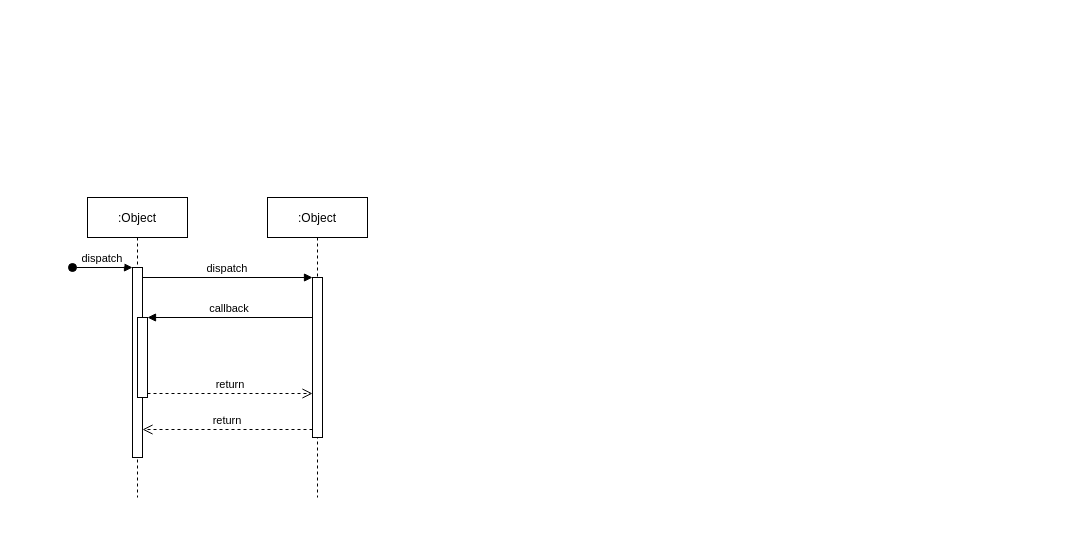
Earlier version of the draw.io diagram Untitled Diagram.drawio (maitreyeefadnavis/maitreyeefadnavis.github.io). Source tidied: cells renumbered, new cells numbered last; positions are measured from the earlier drawing's top-left corner, leaving out a move shared by most shapes. Both pictures are drawn from the tidied source at 100%, with x=0, y=0 at pixel (72, 197).
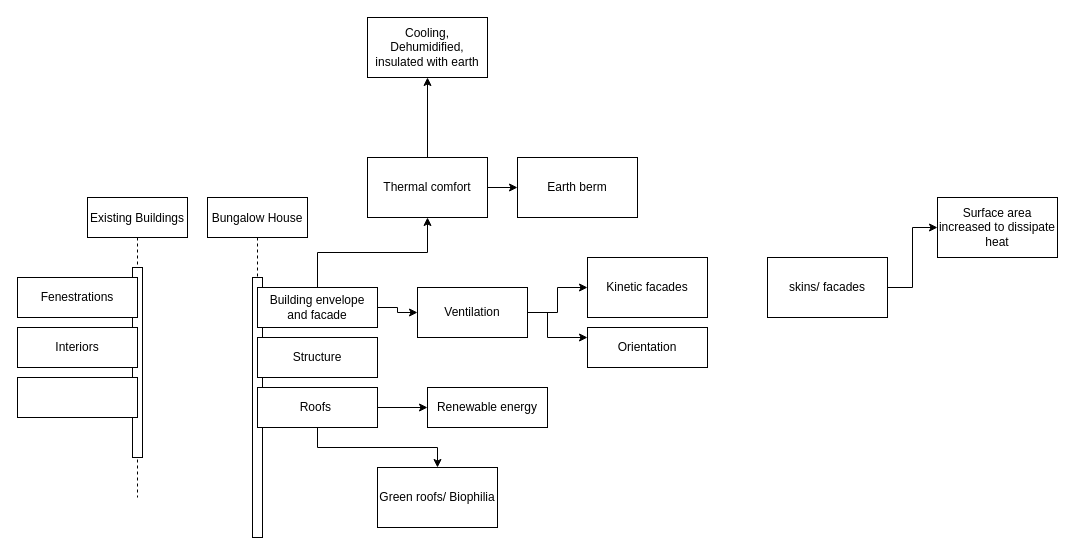
The same page after the edit.

The change refers to these unchanged cells:
```xml
<mxCell id="3" style="points=[];perimeter=orthogonalPerimeter;rounded=0;shadow=0;strokeWidth=1;" parent="2" vertex="1">
  <mxGeometry x="45" y="70" width="10" height="190" as="geometry" />
</mxCell>
```

Change to the diagram source:
```diff
@@
-    <mxCell id="2" value=":Object" style="shape=umlLifeline;perimeter=lifelinePerimeter;rounded=0;shadow=0;strokeWidth=1;" parent="1" vertex="1">
+    <mxCell id="2" value="Existing Buildings" style="shape=umlLifeline;perimeter=lifelinePerimeter;rounded=0;shadow=0;strokeWidth=1;" parent="1" vertex="1">
       <mxGeometry x="15" width="100" height="300" as="geometry" />
     </mxCell>
@@
-    <mxCell id="4" value="dispatch" style="verticalAlign=bottom;startArrow=oval;endArrow=block;startSize=8;shadow=0;strokeWidth=1;" parent="2" edge="1" target="3">
-      <mxGeometry relative="1" as="geometry">
-        <mxPoint x="-15" y="70" as="sourcePoint" />
-      </mxGeometry>
-    </mxCell>
-    <mxCell id="5" style="points=[];perimeter=orthogonalPerimeter;rounded=0;shadow=0;strokeWidth=1;" parent="2" vertex="1">
-      <mxGeometry x="50" y="120" width="10" height="80" as="geometry" />
-    </mxCell>
-    <mxCell id="6" value=":Object" style="shape=umlLifeline;perimeter=lifelinePerimeter;rounded=0;shadow=0;strokeWidth=1;" parent="1" vertex="1">
-      <mxGeometry x="195" width="100" height="300" as="geometry" />
+    <mxCell id="6" value="Bungalow House" style="shape=umlLifeline;perimeter=lifelinePerimeter;rounded=0;shadow=0;strokeWidth=1;" parent="1" vertex="1">
+      <mxGeometry x="135" width="100" height="340" as="geometry" />
     </mxCell>
     <mxCell id="7" style="points=[];perimeter=orthogonalPerimeter;rounded=0;shadow=0;strokeWidth=1;" parent="6" vertex="1">
-      <mxGeometry x="45" y="80" width="10" height="160" as="geometry" />
+      <mxGeometry x="45" y="80" width="10" height="260" as="geometry" />
     </mxCell>
-    <mxCell id="8" value="return" style="verticalAlign=bottom;endArrow=open;dashed=1;endSize=8;exitX=0;exitY=0.95;shadow=0;strokeWidth=1;" parent="1" edge="1" source="7" target="3">
-      <mxGeometry relative="1" as="geometry" />
-    </mxCell>
-    <mxCell id="9" value="dispatch" style="verticalAlign=bottom;endArrow=block;entryX=0;entryY=0;shadow=0;strokeWidth=1;" parent="1" edge="1" source="3" target="7">
-      <mxGeometry relative="1" as="geometry" />
-    </mxCell>
-    <mxCell id="10" value="callback" style="verticalAlign=bottom;endArrow=block;entryX=1;entryY=0;shadow=0;strokeWidth=1;" parent="1" edge="1" source="7" target="5">
-      <mxGeometry relative="1" as="geometry" />
-    </mxCell>
-    <mxCell id="11" value="return" style="verticalAlign=bottom;endArrow=open;dashed=1;endSize=8;exitX=1;exitY=0.95;shadow=0;strokeWidth=1;" parent="1" edge="1" source="5" target="7">
-      <mxGeometry relative="1" as="geometry" />
-    </mxCell>
+    <mxCell id="12" value="Fenestrations" style="rounded=0;whiteSpace=wrap;html=1;" parent="1" vertex="1">
+      <mxGeometry x="-55" y="80" width="120" height="40" as="geometry" />
+    </mxCell>
+    <mxCell id="13" value="Interiors" style="rounded=0;whiteSpace=wrap;html=1;" parent="1" vertex="1">
+      <mxGeometry x="-55" y="130" width="120" height="40" as="geometry" />
+    </mxCell>
+    <mxCell id="14" style="rounded=0;whiteSpace=wrap;html=1;" parent="1" vertex="1">
+      <mxGeometry x="-55" y="180" width="120" height="40" as="geometry" />
+    </mxCell>
+    <mxCell id="15" style="edgeStyle=orthogonalEdgeStyle;rounded=0;jettySize=auto;html=1;" parent="1" edge="1" source="17" target="23">
+      <mxGeometry relative="1" as="geometry" />
+    </mxCell>
+    <mxCell id="16" style="edgeStyle=orthogonalEdgeStyle;rounded=0;jettySize=auto;html=1;" parent="1" edge="1" source="17" target="26">
+      <mxGeometry relative="1" as="geometry" />
+    </mxCell>
+    <mxCell id="17" value="Building envelope and facade" style="rounded=0;whiteSpace=wrap;html=1;" parent="1" vertex="1">
+      <mxGeometry x="185" y="90" width="120" height="40" as="geometry" />
+    </mxCell>
+    <mxCell id="18" value="Structure" style="rounded=0;whiteSpace=wrap;html=1;" parent="1" vertex="1">
+      <mxGeometry x="185" y="140" width="120" height="40" as="geometry" />
+    </mxCell>
+    <mxCell id="19" style="edgeStyle=orthogonalEdgeStyle;rounded=0;jettySize=auto;html=1;" parent="1" edge="1" source="21" target="27">
+      <mxGeometry relative="1" as="geometry" />
+    </mxCell>
+    <mxCell id="20" style="edgeStyle=orthogonalEdgeStyle;rounded=0;jettySize=auto;html=1;" parent="1" edge="1" source="21" target="28">
+      <mxGeometry relative="1" as="geometry" />
+    </mxCell>
+    <mxCell id="21" value="Roofs&amp;nbsp;" style="rounded=0;whiteSpace=wrap;html=1;" parent="1" vertex="1">
+      <mxGeometry x="185" y="190" width="120" height="40" as="geometry" />
+    </mxCell>
+    <mxCell id="22" style="edgeStyle=orthogonalEdgeStyle;rounded=0;jettySize=auto;html=1;" parent="1" edge="1" source="23" target="30">
+      <mxGeometry relative="1" as="geometry" />
+    </mxCell>
+    <mxCell id="23" value="Ventilation" style="whiteSpace=wrap;html=1;rounded=0;" parent="1" vertex="1">
+      <mxGeometry x="345" y="90" width="110" height="50" as="geometry" />
+    </mxCell>
+    <mxCell id="24" style="edgeStyle=orthogonalEdgeStyle;rounded=0;jettySize=auto;html=1;" parent="1" edge="1" source="26" target="29">
+      <mxGeometry relative="1" as="geometry" />
+    </mxCell>
+    <mxCell id="25" style="edgeStyle=orthogonalEdgeStyle;rounded=0;jettySize=auto;html=1;" parent="1" edge="1" source="26" target="36">
+      <mxGeometry relative="1" as="geometry" />
+    </mxCell>
+    <mxCell id="26" value="Thermal comfort" style="whiteSpace=wrap;html=1;rounded=0;" parent="1" vertex="1">
+      <mxGeometry x="295" y="-40" width="120" height="60" as="geometry" />
+    </mxCell>
+    <mxCell id="27" value="Renewable energy" style="rounded=0;whiteSpace=wrap;html=1;" parent="1" vertex="1">
+      <mxGeometry x="355" y="190" width="120" height="40" as="geometry" />
+    </mxCell>
+    <mxCell id="28" value="Green roofs/ Biophilia" style="whiteSpace=wrap;html=1;rounded=0;" parent="1" vertex="1">
+      <mxGeometry x="305" y="270" width="120" height="60" as="geometry" />
+    </mxCell>
+    <mxCell id="29" value="Earth berm" style="whiteSpace=wrap;html=1;rounded=0;" parent="1" vertex="1">
+      <mxGeometry x="445" y="-40" width="120" height="60" as="geometry" />
+    </mxCell>
+    <mxCell id="30" value="Kinetic facades" style="whiteSpace=wrap;html=1;rounded=0;" parent="1" vertex="1">
+      <mxGeometry x="515" y="60" width="120" height="60" as="geometry" />
+    </mxCell>
+    <mxCell id="31" value="Orientation" style="rounded=0;whiteSpace=wrap;html=1;" parent="1" vertex="1">
+      <mxGeometry x="515" y="130" width="120" height="40" as="geometry" />
+    </mxCell>
+    <mxCell id="32" style="edgeStyle=orthogonalEdgeStyle;rounded=0;jettySize=auto;html=1;entryX=0;entryY=0.25;entryDx=0;entryDy=0;" parent="1" edge="1" source="23" target="31">
+      <mxGeometry relative="1" as="geometry">
+        <Array as="points">
+          <mxPoint x="475" y="115" />
+          <mxPoint x="475" y="140" />
+        </Array>
+      </mxGeometry>
+    </mxCell>
+    <mxCell id="33" style="edgeStyle=orthogonalEdgeStyle;rounded=0;jettySize=auto;html=1;" parent="1" edge="1" source="34" target="35">
+      <mxGeometry relative="1" as="geometry" />
+    </mxCell>
+    <mxCell id="34" value="skins/ facades" style="rounded=0;whiteSpace=wrap;html=1;" parent="1" vertex="1">
+      <mxGeometry x="695" y="60" width="120" height="60" as="geometry" />
+    </mxCell>
+    <mxCell id="35" value="Surface area increased to dissipate heat" style="rounded=0;whiteSpace=wrap;html=1;" parent="1" vertex="1">
+      <mxGeometry x="865" width="120" height="60" as="geometry" />
+    </mxCell>
+    <mxCell id="36" value="Cooling, Dehumidified, insulated with earth" style="whiteSpace=wrap;html=1;rounded=0;" parent="1" vertex="1">
+      <mxGeometry x="295" y="-180" width="120" height="60" as="geometry" />
+    </mxCell>
```
